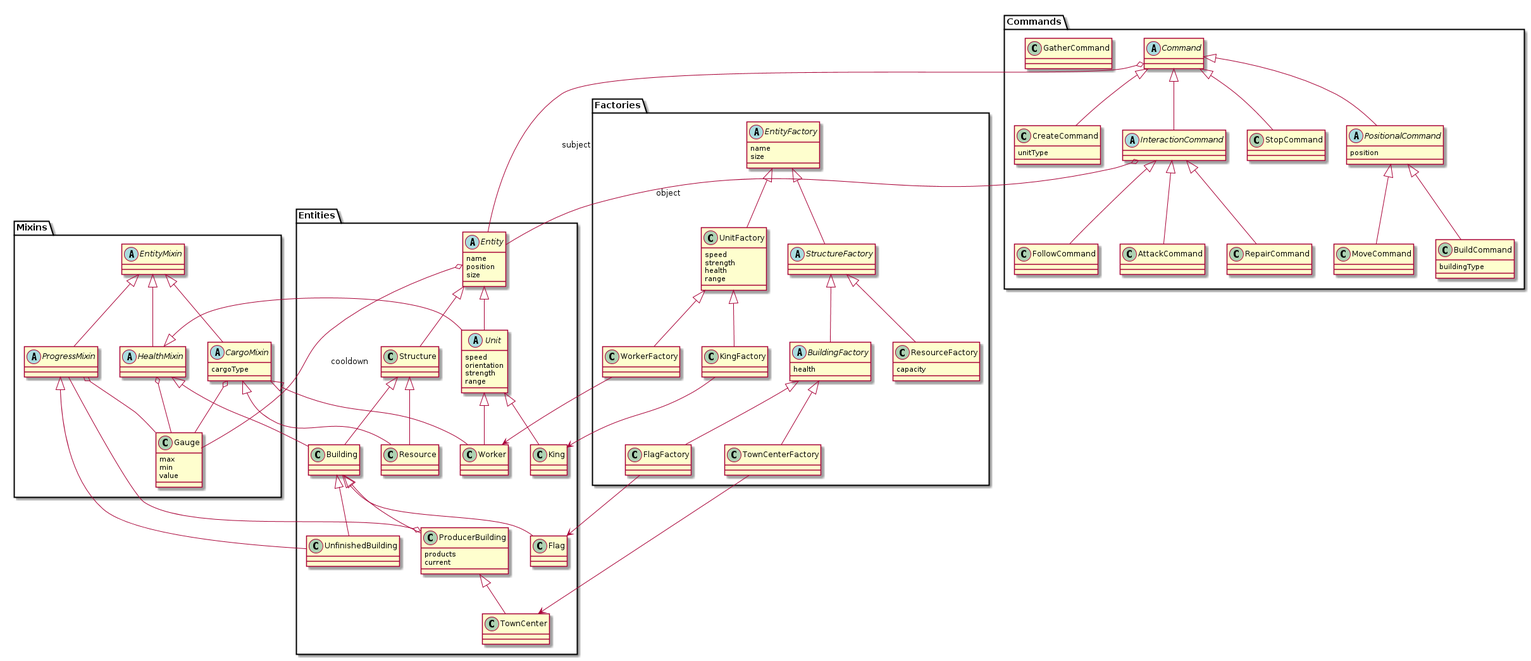
Before: doc/plantuml/clases-tp3.png, a diagram exported from PlantUML (fchurca/fiuba-7542-20152).
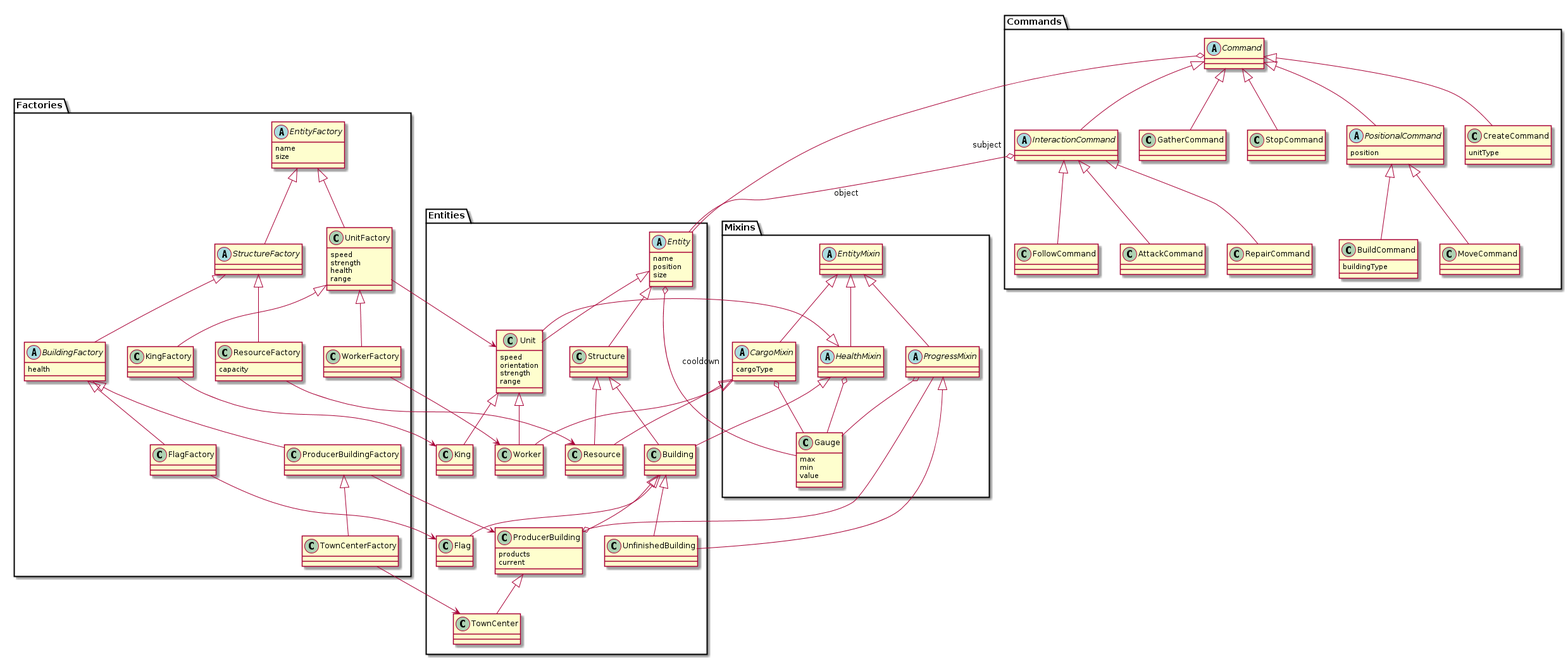
The same diagram one commit later.

Commit message:
Pulo diagrama de modelo

The edit, as a diff of the source:
```diff
@@ -7,7 +7,7 @@
 size
 }
 class Structure
-abstract class Unit {
+class Unit {
 speed
 orientation
 strength
@@ -103,6 +103,8 @@
 
 Command <|-- CreateCommand
 
+Command <|-- GatherCommand
+
 Command <|-- PositionalCommand
 
 PositionalCommand <|-- MoveCommand
@@ -138,6 +140,7 @@
 class WorkerFactory
 class KingFactory
 class FlagFactory
+class ProducerBuildingFactory
 class TownCenterFactory
 }
 
@@ -145,14 +148,18 @@
 EntityFactory <|--  StructureFactory
 StructureFactory <|--  BuildingFactory
 StructureFactory <|--  ResourceFactory
+ResourceFactory --> Resource
 
 UnitFactory <|--  WorkerFactory
 WorkerFactory --> Worker
 UnitFactory <|--  KingFactory
+UnitFactory --> Unit
 KingFactory --> King
 BuildingFactory <|--  FlagFactory
 FlagFactory --> Flag
-BuildingFactory <|--  TownCenterFactory
+BuildingFactory <|-- ProducerBuildingFactory
+ProducerBuildingFactory --> ProducerBuilding
+ProducerBuildingFactory <|-- TownCenterFactory
 TownCenterFactory --> TownCenter
 
 @enduml
```
